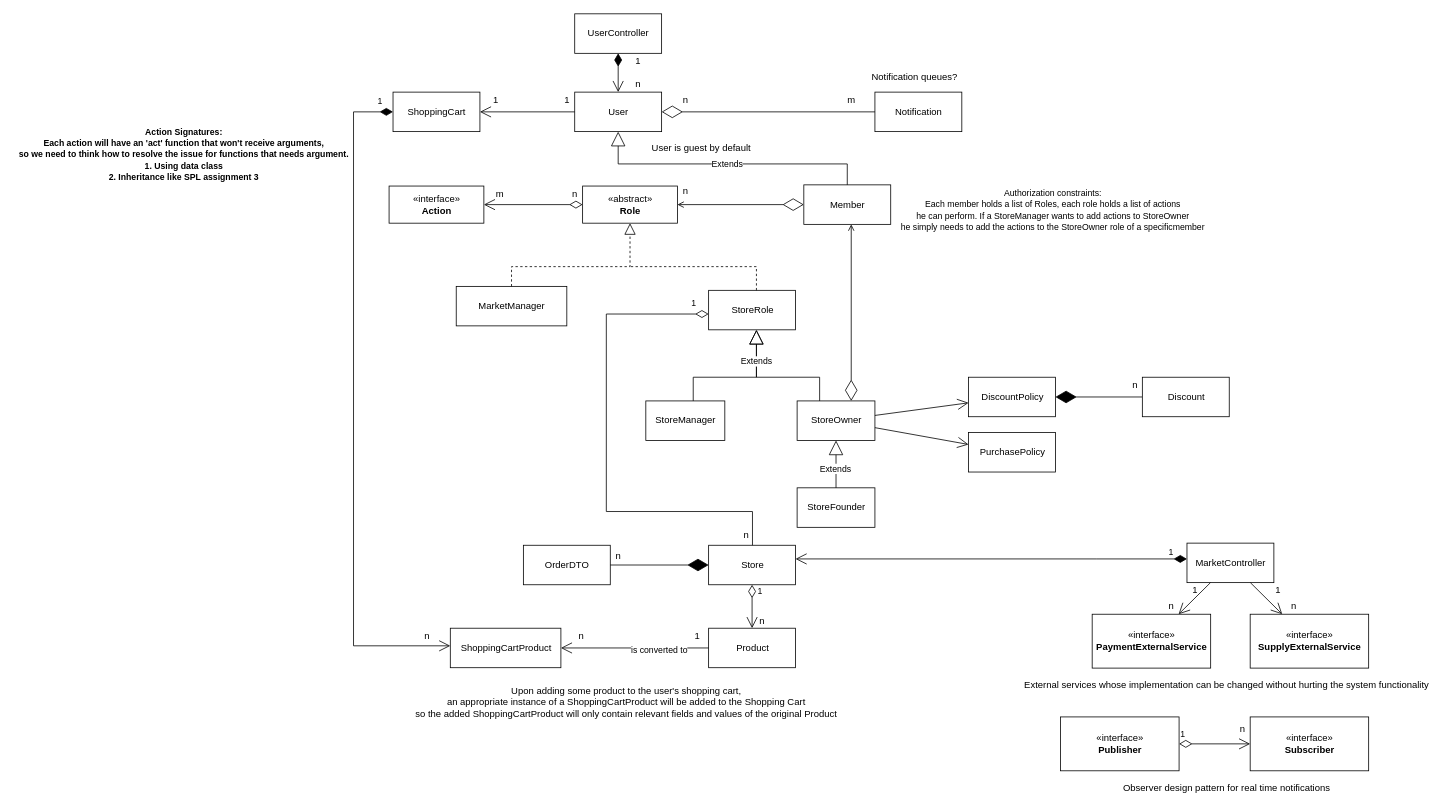
Above: page "White Diagram" (1 of 2) of Workshop.drawio in itaitzruia4/Workshop (draw.io), before the change. Source tidied: cells renumbered, new cells numbered last; positions are measured from the earlier drawing's top-left corner, leaving out a move shared by most shapes. Both pictures are drawn from the tidied source at 79%, with x=0, y=0 at pixel (13, 13).
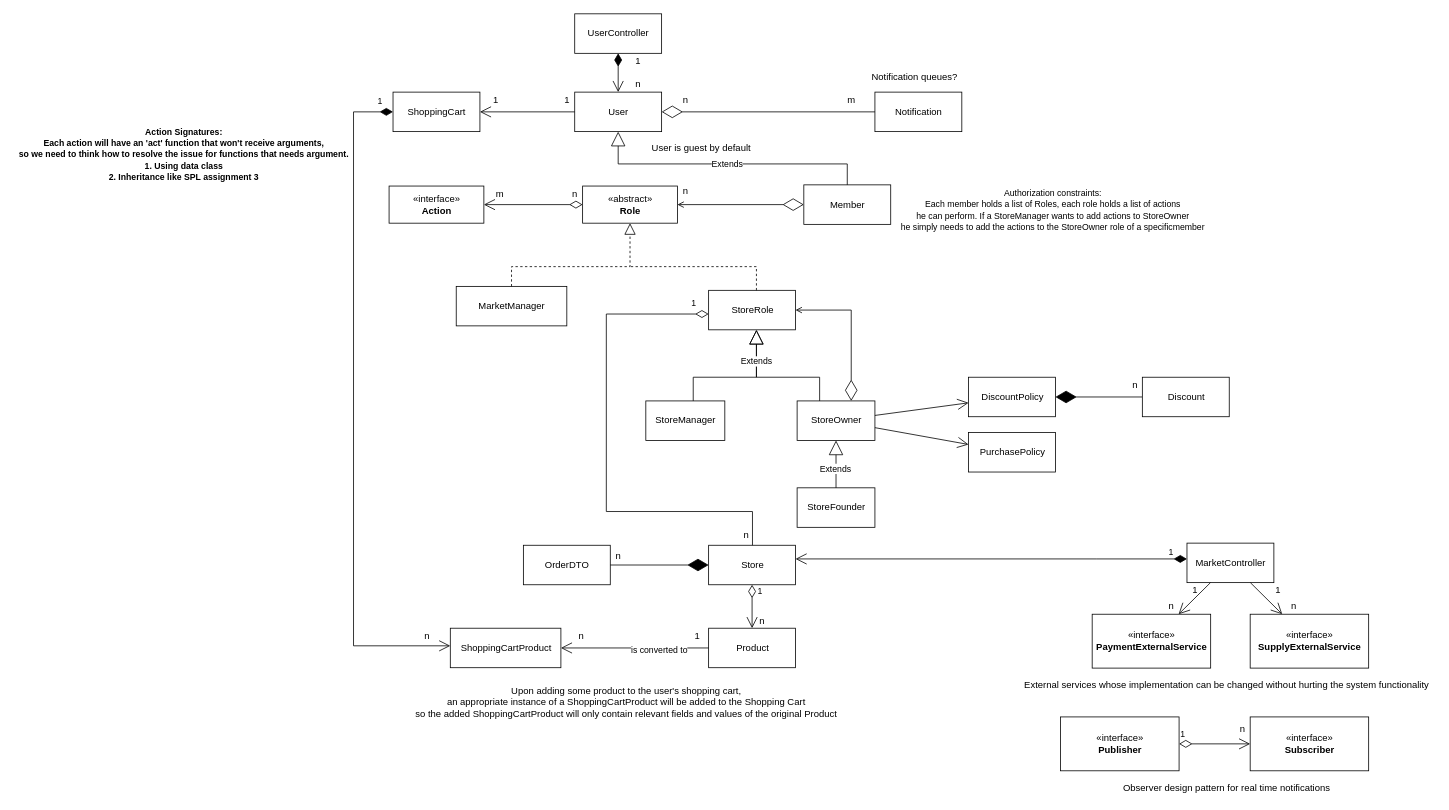
The same page after the edit.

Commit message:
modified StoreOwner collection from Member collection to StoreRole collection

Unchanged cells that the change refers to:
```xml
<mxCell id="24" value="Member" style="html=1;" parent="1" vertex="1">
  <mxGeometry x="1000" y="216.5" width="110" height="50" as="geometry" />
</mxCell>
<mxCell id="25" value="StoreOwner" style="html=1;" parent="1" vertex="1">
  <mxGeometry x="991.5" y="490" width="98.5" height="50" as="geometry" />
</mxCell>
<mxCell id="58" value="StoreRole" style="html=1;" parent="1" vertex="1">
  <mxGeometry x="879.5" y="350" width="110" height="50" as="geometry" />
</mxCell>
```

Diff of the diagram source:
```diff
@@
-    <mxCell id="73" style="endArrow=diamondThin;endFill=0;endSize=24;html=1;rounded=0;startArrow=open;edgeStyle=orthogonalEdgeStyle;startFill=0;" parent="1" edge="1" source="24" target="25">
+    <mxCell id="73" style="endArrow=diamondThin;endFill=0;endSize=24;html=1;rounded=0;startArrow=open;edgeStyle=orthogonalEdgeStyle;startFill=0;" parent="1" edge="1" source="58" target="25">
       <mxGeometry relative="1" as="geometry">
         <Array as="points">
-          <mxPoint x="1060" y="280" />
-          <mxPoint x="1060" y="280" />
+          <mxPoint x="1060" y="375" />
         </Array>
       </mxGeometry>
     </mxCell>
```
